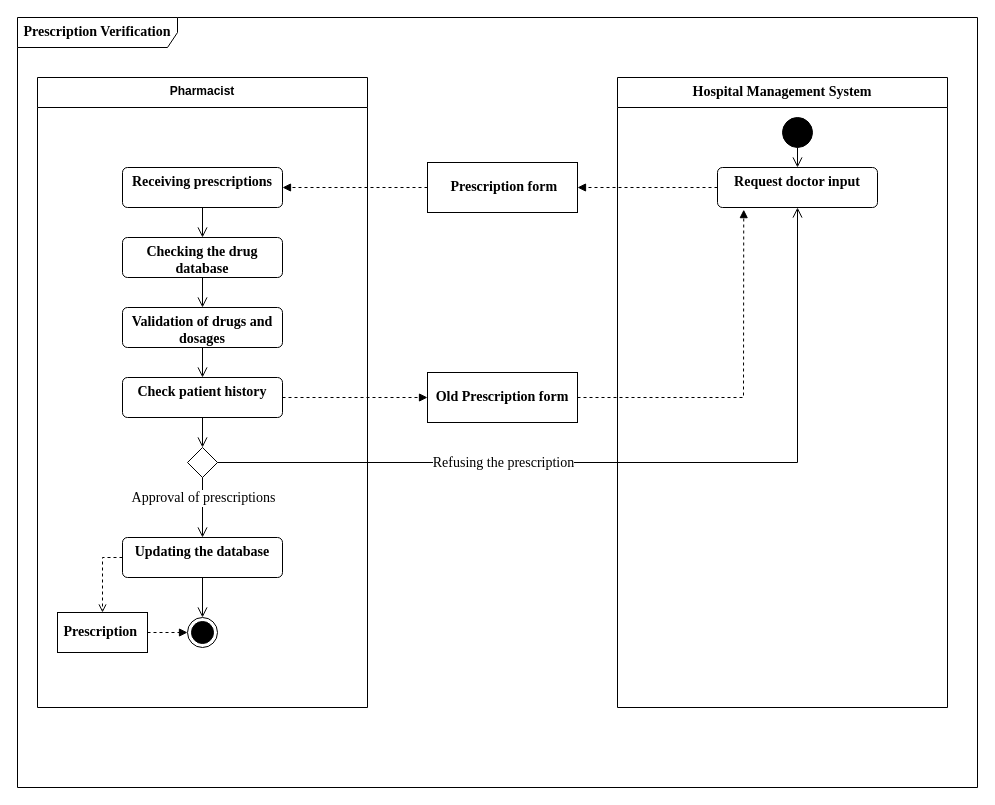
FOMOKN/Software-Engineering keeps this draw.io diagram as Activity Diagram.drawio. Above is the earlier version. Source tidied: cells renumbered, new cells numbered last; positions are measured from the earlier drawing's top-left corner, leaving out a move shared by most shapes. Both pictures are drawn from the tidied source at 100%, with x=0, y=0 at pixel (17, 17).
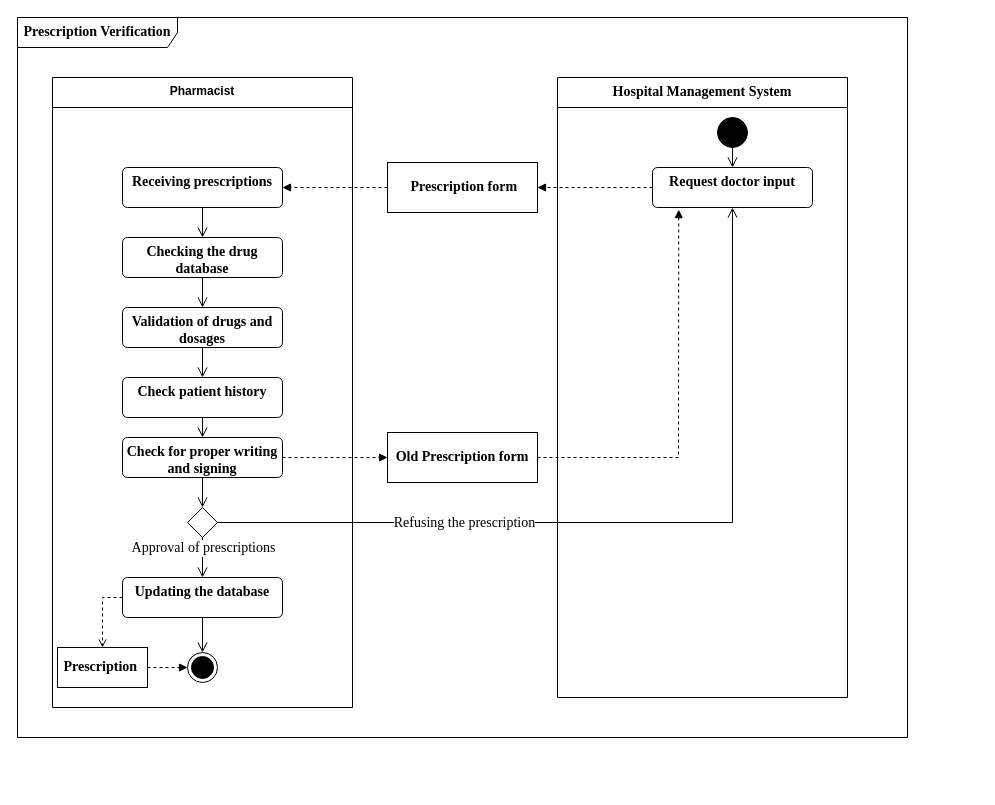
Above is the later version.

The change refers to these unchanged cells:
```xml
<mxCell id="10" value="Check patient history" style="html=1;align=center;verticalAlign=top;rounded=1;absoluteArcSize=1;arcSize=10;dashed=0;whiteSpace=wrap;fontFamily=Times New Roman;fontSize=14;fontStyle=1;" parent="2" vertex="1">
  <mxGeometry x="105" y="360" width="160" height="40" as="geometry" />
</mxCell>
<mxCell id="15" style="endArrow=open;startArrow=none;endFill=0;startFill=0;endSize=8;html=1;verticalAlign=bottom;labelBackgroundColor=none;strokeWidth=1;rounded=0;exitX=0.5;exitY=1;exitDx=0;exitDy=0;entryX=0.5;entryY=0;entryDx=0;entryDy=0;" parent="2" edge="1" source="12" target="14">
  <mxGeometry relative="1" as="geometry" />
</mxCell>
```

What changed in the source:
```diff
@@
     <mxCell id="2" value="&lt;font size=&quot;1&quot; face=&quot;Times New Roman&quot;&gt;&lt;b style=&quot;font-size: 14px;&quot;&gt;Prescription Verification&lt;/b&gt;&lt;/font&gt;" style="shape=umlFrame;whiteSpace=wrap;html=1;width=160;" parent="1" vertex="1">
-      <mxGeometry width="960" height="770" as="geometry" />
+      <mxGeometry width="890" height="720" as="geometry" />
     </mxCell>
     <mxCell id="3" style="ellipse;fillColor=strokeColor;html=1;" parent="2" vertex="1">
-      <mxGeometry x="765" y="100" width="30" height="30" as="geometry" />
+      <mxGeometry x="700" y="100" width="30" height="30" as="geometry" />
     </mxCell>
@@
     <mxCell id="12" style="rhombus;" parent="2" vertex="1">
-      <mxGeometry x="170" y="430" width="30" height="30" as="geometry" />
+      <mxGeometry x="170" y="490" width="30" height="30" as="geometry" />
     </mxCell>
-    <mxCell id="13" style="endArrow=open;startArrow=none;endFill=0;startFill=0;endSize=8;html=1;verticalAlign=bottom;labelBackgroundColor=none;strokeWidth=1;rounded=0;exitX=0.5;exitY=1;exitDx=0;exitDy=0;entryX=0.5;entryY=0;entryDx=0;entryDy=0;" parent="2" edge="1" source="10" target="12">
+    <mxCell id="13" style="endArrow=open;startArrow=none;endFill=0;startFill=0;endSize=8;html=1;verticalAlign=bottom;labelBackgroundColor=none;strokeWidth=1;rounded=0;exitX=0.5;exitY=1;exitDx=0;exitDy=0;entryX=0.5;entryY=0;entryDx=0;entryDy=0;" parent="2" edge="1" source="10" target="33">
       <mxGeometry relative="1" as="geometry" />
     </mxCell>
     <mxCell id="14" value="Updating the database" style="html=1;align=center;verticalAlign=top;rounded=1;absoluteArcSize=1;arcSize=10;dashed=0;whiteSpace=wrap;fontFamily=Times New Roman;fontSize=14;fontStyle=1;" parent="2" vertex="1">
-      <mxGeometry x="105" y="520" width="160" height="40" as="geometry" />
+      <mxGeometry x="105" y="560" width="160" height="40" as="geometry" />
     </mxCell>
@@
     <mxCell id="16" value="Approval of prescriptions" style="edgeLabel;html=1;align=center;verticalAlign=middle;fontFamily=Times New Roman;fontSize=14;" parent="15" vertex="1">
       <mxGeometry x="-0.35" y="-3" relative="1" as="geometry">
-        <mxPoint x="3" as="offset" />
+        <mxPoint x="3" y="-3" as="offset" />
       </mxGeometry>
     </mxCell>
     <mxCell id="17" style="ellipse;html=1;shape=endState;fillColor=strokeColor;" parent="2" vertex="1">
-      <mxGeometry x="170" y="600" width="30" height="30" as="geometry" />
+      <mxGeometry x="170" y="635" width="30" height="30" as="geometry" />
     </mxCell>
@@
     <mxCell id="19" value="&lt;font style=&quot;font-size: 14px;&quot; face=&quot;Times New Roman&quot;&gt;&lt;b&gt;Old Prescription form&lt;/b&gt;&lt;/font&gt;" style="html=1;align=center;verticalAlign=middle;rounded=0;absoluteArcSize=1;arcSize=10;dashed=0;whiteSpace=wrap;" parent="2" vertex="1">
-      <mxGeometry x="410" y="355" width="150" height="50" as="geometry" />
+      <mxGeometry x="370" y="415" width="150" height="50" as="geometry" />
     </mxCell>
-    <mxCell id="20" style="html=1;verticalAlign=bottom;labelBackgroundColor=none;endArrow=block;endFill=1;dashed=1;rounded=0;exitX=1;exitY=0.5;exitDx=0;exitDy=0;entryX=0;entryY=0.5;entryDx=0;entryDy=0;" parent="2" edge="1" source="10" target="19">
+    <mxCell id="20" style="html=1;verticalAlign=bottom;labelBackgroundColor=none;endArrow=block;endFill=1;dashed=1;rounded=0;exitX=1;exitY=0.5;exitDx=0;exitDy=0;entryX=0;entryY=0.5;entryDx=0;entryDy=0;" parent="2" edge="1" source="33" target="19">
       <mxGeometry relative="1" as="geometry" />
     </mxCell>
     <mxCell id="21" style="endArrow=open;startArrow=none;endFill=0;startFill=0;endSize=8;html=1;verticalAlign=bottom;labelBackgroundColor=none;strokeWidth=1;rounded=0;exitX=1;exitY=0.5;exitDx=0;exitDy=0;entryX=0.5;entryY=1;entryDx=0;entryDy=0;" parent="2" edge="1" source="12" target="28">
       <mxGeometry relative="1" as="geometry">
         <Array as="points">
-          <mxPoint x="780" y="445" />
+          <mxPoint x="715" y="505" />
         </Array>
       </mxGeometry>
     </mxCell>
     <mxCell id="22" value="Refusing the prescription" style="edgeLabel;html=1;align=center;verticalAlign=middle;fontSize=14;fontFamily=Times New Roman;" parent="21" vertex="1">
       <mxGeometry x="-0.16" relative="1" as="geometry">
-        <mxPoint x="-66" as="offset" />
+        <mxPoint x="-103" as="offset" />
       </mxGeometry>
     </mxCell>
     <mxCell id="23" value="&lt;font style=&quot;font-size: 14px;&quot; face=&quot;Times New Roman&quot;&gt;&lt;b&gt;&amp;nbsp;Prescription form&lt;/b&gt;&lt;/font&gt;" style="html=1;align=center;verticalAlign=middle;rounded=0;absoluteArcSize=1;arcSize=10;dashed=0;whiteSpace=wrap;" parent="2" vertex="1">
-      <mxGeometry x="410" y="145" width="150" height="50" as="geometry" />
+      <mxGeometry x="370" y="145" width="150" height="50" as="geometry" />
     </mxCell>
@@
     <mxCell id="25" value="&lt;font style=&quot;font-size: 14px;&quot; face=&quot;Times New Roman&quot;&gt;&lt;b&gt;Prescription&amp;nbsp;&lt;/b&gt;&lt;/font&gt;" style="html=1;align=center;verticalAlign=middle;rounded=0;absoluteArcSize=1;arcSize=10;dashed=0;whiteSpace=wrap;" parent="2" vertex="1">
-      <mxGeometry x="40" y="595" width="90" height="40" as="geometry" />
+      <mxGeometry x="40" y="630" width="90" height="40" as="geometry" />
     </mxCell>
     <mxCell id="26" style="html=1;verticalAlign=bottom;labelBackgroundColor=none;endArrow=open;endFill=0;dashed=1;rounded=0;exitX=0;exitY=0.5;exitDx=0;exitDy=0;entryX=0.5;entryY=0;entryDx=0;entryDy=0;" parent="2" edge="1" source="14" target="25">
       <mxGeometry relative="1" as="geometry">
         <Array as="points">
-          <mxPoint x="85" y="540" />
+          <mxPoint x="85" y="580" />
         </Array>
       </mxGeometry>
     </mxCell>
@@
     <mxCell id="28" value="Request doctor input" style="html=1;align=center;verticalAlign=top;rounded=1;absoluteArcSize=1;arcSize=10;dashed=0;whiteSpace=wrap;fontFamily=Times New Roman;fontSize=14;fontStyle=1;" parent="2" vertex="1">
-      <mxGeometry x="700" y="150" width="160" height="40" as="geometry" />
+      <mxGeometry x="635" y="150" width="160" height="40" as="geometry" />
     </mxCell>
@@
     <mxCell id="30" style="html=1;verticalAlign=bottom;labelBackgroundColor=none;endArrow=block;endFill=1;dashed=1;rounded=0;exitX=1;exitY=0.5;exitDx=0;exitDy=0;entryX=0.164;entryY=1.053;entryDx=0;entryDy=0;entryPerimeter=0;" parent="2" edge="1" source="19" target="28">
       <mxGeometry relative="1" as="geometry">
         <Array as="points">
-          <mxPoint x="726" y="380" />
+          <mxPoint x="661" y="440" />
         </Array>
       </mxGeometry>
     </mxCell>
+    <mxCell id="33" value="Check for proper writing and signing" style="html=1;align=center;verticalAlign=top;rounded=1;absoluteArcSize=1;arcSize=10;dashed=0;whiteSpace=wrap;fontFamily=Times New Roman;fontSize=14;fontStyle=1;" parent="2" vertex="1">
+      <mxGeometry x="105" y="420" width="160" height="40" as="geometry" />
+    </mxCell>
+    <mxCell id="34" style="endArrow=open;startArrow=none;endFill=0;startFill=0;endSize=8;html=1;verticalAlign=bottom;labelBackgroundColor=none;strokeWidth=1;rounded=0;exitX=0.5;exitY=1;exitDx=0;exitDy=0;entryX=0.5;entryY=0;entryDx=0;entryDy=0;" parent="2" edge="1" source="33" target="12">
+      <mxGeometry relative="1" as="geometry" />
+    </mxCell>
+    <mxCell id="32" value="&lt;b style=&quot;border-color: var(--border-color); font-family: &amp;quot;Times New Roman&amp;quot;; font-size: 14px;&quot;&gt;Hospital Management System&lt;/b&gt;" style="swimlane;fontStyle=1;align=center;verticalAlign=top;horizontal=1;startSize=30;html=1;whiteSpace=wrap;" parent="2" vertex="1">
+      <mxGeometry x="540" y="60" width="290" height="620" as="geometry" />
+    </mxCell>
     <mxCell id="31" value="Pharmacist" style="swimlane;fontStyle=1;align=center;verticalAlign=top;horizontal=1;startSize=30;html=1;whiteSpace=wrap;" parent="2" vertex="1">
-      <mxGeometry x="20" y="60" width="330" height="630" as="geometry" />
+      <mxGeometry x="35" y="60" width="300" height="630" as="geometry" />
     </mxCell>
-    <mxCell id="32" value="&lt;b style=&quot;border-color: var(--border-color); font-family: &amp;quot;Times New Roman&amp;quot;; font-size: 14px;&quot;&gt;Hospital Management System&lt;/b&gt;" style="swimlane;fontStyle=1;align=center;verticalAlign=top;horizontal=1;startSize=30;html=1;whiteSpace=wrap;" parent="2" vertex="1">
-      <mxGeometry x="600" y="60" width="330" height="630" as="geometry" />
-    </mxCell>
```
